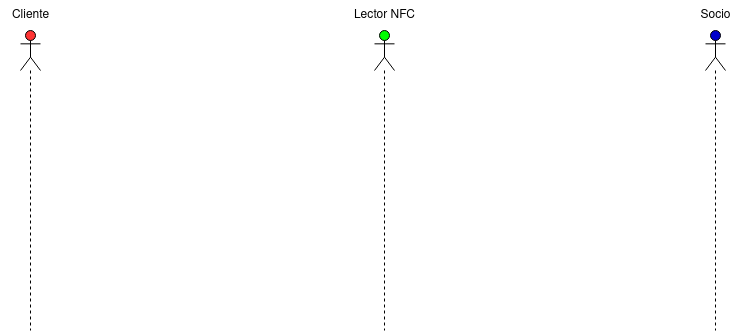
The draw.io diagram Diagramas/EXAMEN ETS DIAGRAMAS/Diagrama Secuencia Gestión Compra Internet.drawio.png in RafaelMayor/ETS, before a commit. Source tidied: cells renumbered, new cells last; positions are measured from the earlier drawing's top-left corner, leaving out a move shared by most shapes.
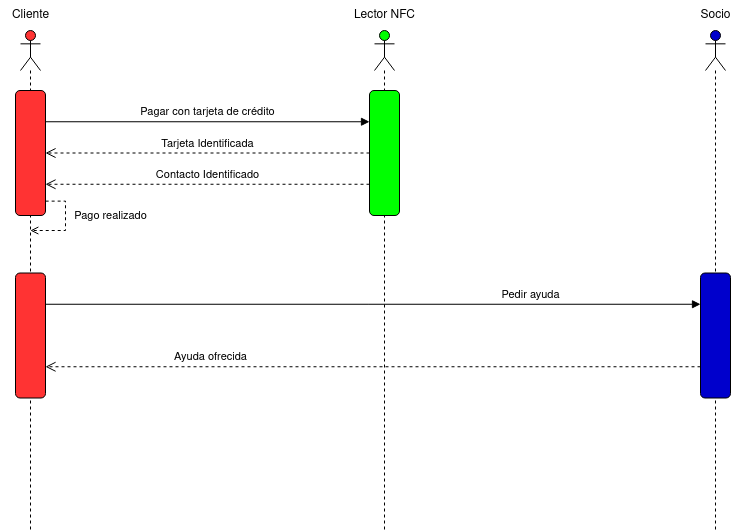
Above is the later version.

What changed in the source:
```diff
@@ -3,7 +3,7 @@
     <mxCell id="0" />
     <mxCell id="1" parent="0" />
     <mxCell id="2" style="shape=umlLifeline;perimeter=lifelinePerimeter;whiteSpace=wrap;html=1;outlineConnect=0;portConstraint=eastwest;newEdgeStyle={&quot;curved&quot;:0,&quot;rounded&quot;:0};participant=umlActor;fillColor=#FF3333;" parent="1" vertex="1">
-      <mxGeometry x="20" y="30" width="20" height="300" as="geometry" />
+      <mxGeometry x="20" y="30" width="20" height="500" as="geometry" />
     </mxCell>
     <mxCell id="3" value="Cliente" style="text;html=1;align=center;verticalAlign=middle;strokeColor=none;fillColor=none;" parent="1" vertex="1">
       <mxGeometry width="60" height="30" as="geometry" />
@@ -12,13 +12,51 @@
       <mxGeometry x="344" width="80" height="30" as="geometry" />
     </mxCell>
     <mxCell id="5" style="shape=umlLifeline;perimeter=lifelinePerimeter;whiteSpace=wrap;html=1;newEdgeStyle={&quot;curved&quot;:0,&quot;rounded&quot;:0};participant=umlActor;fillColor=#00FF00;" parent="1" vertex="1">
-      <mxGeometry x="374" y="30" width="20" height="300" as="geometry" />
+      <mxGeometry x="374" y="30" width="20" height="500" as="geometry" />
     </mxCell>
     <mxCell id="6" value="Socio" style="text;html=1;align=center;verticalAlign=middle;strokeColor=none;fillColor=none;" parent="1" vertex="1">
       <mxGeometry x="690" width="50" height="30" as="geometry" />
     </mxCell>
     <mxCell id="7" style="shape=umlLifeline;perimeter=lifelinePerimeter;whiteSpace=wrap;html=1;newEdgeStyle={&quot;curved&quot;:0,&quot;rounded&quot;:0};participant=umlActor;fillColor=#0000CC;" parent="1" vertex="1">
-      <mxGeometry x="705" y="30" width="20" height="300" as="geometry" />
+      <mxGeometry x="705" y="30" width="20" height="500" as="geometry" />
     </mxCell>
+    <mxCell id="8" style="edgeStyle=orthogonalEdgeStyle;rounded=0;jettySize=auto;html=1;exitX=0.885;exitY=-0.005;exitDx=0;exitDy=0;exitPerimeter=0;dashed=1;endArrow=open;endFill=0;" parent="1" edge="1" source="9" target="2">
+      <mxGeometry relative="1" as="geometry">
+        <Array as="points">
+          <mxPoint x="65" y="201" />
+          <mxPoint x="65" y="230" />
+        </Array>
+      </mxGeometry>
+    </mxCell>
+    <mxCell id="9" style="rounded=1;whiteSpace=wrap;html=1;rotation=90;fillColor=#FF3333;" parent="1" vertex="1">
+      <mxGeometry x="-32.5" y="137.5" width="125" height="30" as="geometry" />
+    </mxCell>
+    <mxCell id="10" value="Pagar con tarjeta de crédito" style="html=1;verticalAlign=bottom;endArrow=block;curved=0;rounded=0;entryX=0.25;entryY=1;entryDx=0;entryDy=0;exitX=0.25;exitY=0;exitDx=0;exitDy=0;" parent="1" edge="1" source="9" target="13">
+      <mxGeometry relative="1" as="geometry" />
+    </mxCell>
+    <mxCell id="11" value="Tarjeta Identificada" style="html=1;verticalAlign=bottom;endArrow=open;dashed=1;endSize=8;curved=0;rounded=0;exitX=0.5;exitY=1;exitDx=0;exitDy=0;entryX=0.5;entryY=0;entryDx=0;entryDy=0;" parent="1" edge="1" source="13" target="9">
+      <mxGeometry relative="1" as="geometry" />
+    </mxCell>
+    <mxCell id="12" value="Contacto Identificado" style="html=1;verticalAlign=bottom;endArrow=open;dashed=1;endSize=8;curved=0;rounded=0;entryX=0.75;entryY=0;entryDx=0;entryDy=0;exitX=0.75;exitY=1;exitDx=0;exitDy=0;" parent="1" edge="1" source="13" target="9">
+      <mxGeometry relative="1" as="geometry" />
+    </mxCell>
+    <mxCell id="13" style="rounded=1;whiteSpace=wrap;html=1;rotation=90;fillColor=#00FF00;" parent="1" vertex="1">
+      <mxGeometry x="321.5" y="137.5" width="125" height="30" as="geometry" />
+    </mxCell>
+    <mxCell id="14" value="&lt;div style=&quot;font-size: 13px;&quot;&gt;&lt;font style=&quot;font-size: 11px;&quot;&gt;Pago realizado&lt;/font&gt;&lt;/div&gt;" style="text;html=1;align=center;verticalAlign=middle;strokeColor=none;fillColor=none;" parent="1" vertex="1">
+      <mxGeometry x="60" y="200" width="100" height="30" as="geometry" />
+    </mxCell>
+    <mxCell id="15" style="rounded=1;whiteSpace=wrap;html=1;rotation=90;fillColor=#FF3333;" parent="1" vertex="1">
+      <mxGeometry x="-32.5" y="320" width="125" height="30" as="geometry" />
+    </mxCell>
+    <mxCell id="16" style="rounded=1;whiteSpace=wrap;html=1;rotation=90;fillColor=#0000CC;" parent="1" vertex="1">
+      <mxGeometry x="652.5" y="320" width="125" height="30" as="geometry" />
+    </mxCell>
+    <mxCell id="17" value="Pedir ayuda" style="html=1;verticalAlign=bottom;endArrow=block;curved=0;rounded=0;entryX=0.25;entryY=1;entryDx=0;entryDy=0;exitX=0.25;exitY=0;exitDx=0;exitDy=0;" parent="1" edge="1" source="15" target="16">
+      <mxGeometry x="0.48" relative="1" as="geometry" />
+    </mxCell>
+    <mxCell id="18" value="Ayuda ofrecida" style="html=1;verticalAlign=bottom;endArrow=open;dashed=1;endSize=8;curved=0;rounded=0;exitX=0.75;exitY=1;exitDx=0;exitDy=0;entryX=0.75;entryY=0;entryDx=0;entryDy=0;" parent="1" edge="1" source="16" target="15">
+      <mxGeometry x="0.5" relative="1" as="geometry" />
+    </mxCell>
   </root>
 </mxGraphModel>
```
